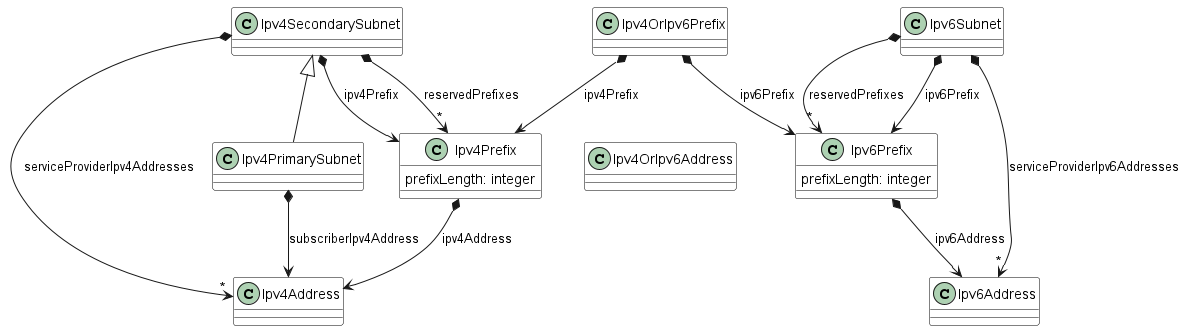
Above: documentation/productSchema/ip/internetAccess/MEF 139 resources/media/IP Addressing.png in MEF-GIT/MEF-LSO-Sonata-SDK (PlantUML), before the change. Its diagram source:
```plantuml
@startuml
skinparam {
    ClassBackgroundColor White
    ClassBorderColor Black
}


class Ipv4Address {

}

class Ipv4OrIpv6Address {

}

Ipv4OrIpv6Address -u[hidden]-> Ipv4OrIpv6Prefix


class Ipv4PrimarySubnet {

}
Ipv4SecondarySubnet <|-- Ipv4PrimarySubnet

Ipv4PrimarySubnet *--> Ipv4Address : subscriberIpv4Address

class Ipv4SecondarySubnet {

}

Ipv4SecondarySubnet *--> Ipv4Prefix : ipv4Prefix
Ipv4SecondarySubnet *-->"*" Ipv4Address : serviceProviderIpv4Addresses
Ipv4SecondarySubnet *-->"*" Ipv4Prefix : reservedPrefixes



class Ipv4OrIpv6Prefix {

}

Ipv4OrIpv6Prefix *--> Ipv6Prefix : ipv6Prefix
Ipv4OrIpv6Prefix *--> Ipv4Prefix : ipv4Prefix


class Ipv4Prefix {

    prefixLength: integer
}

Ipv4Prefix *--> Ipv4Address : ipv4Address


class Ipv6Address {

}

class Ipv6Subnet {

}

Ipv6Subnet *--> Ipv6Prefix : ipv6Prefix
Ipv6Subnet *-->"*" Ipv6Address : serviceProviderIpv6Addresses
Ipv6Subnet *-->"*" Ipv6Prefix : reservedPrefixes


class Ipv6Prefix {

    prefixLength: integer
}

Ipv6Prefix *--> Ipv6Address : ipv6Address


@enduml
```
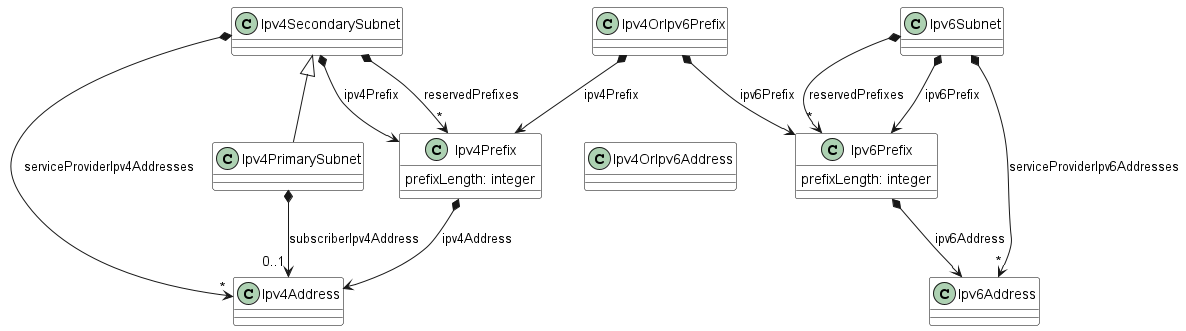
The same file after the commit.

The edit, as a diff of the source:
```diff
@@ -21,7 +21,7 @@
 }
 Ipv4SecondarySubnet <|-- Ipv4PrimarySubnet
 
-Ipv4PrimarySubnet *--> Ipv4Address : subscriberIpv4Address
+Ipv4PrimarySubnet *-->"0..1" Ipv4Address : subscriberIpv4Address
 
 class Ipv4SecondarySubnet {
 
```
